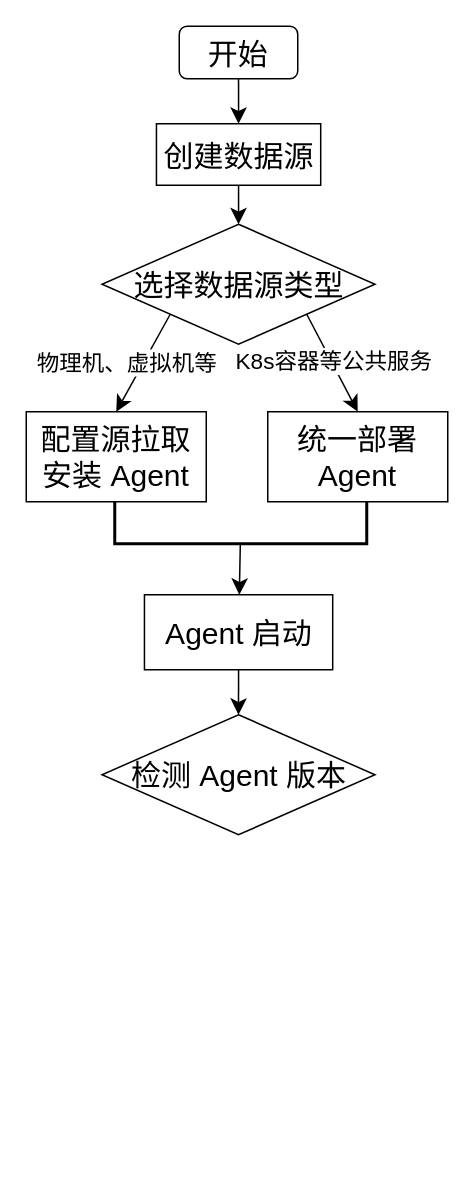
Earlier version of the draw.io diagram file/日志采集.drawio (grant1499/grant1499.github.io). Source tidied: cells renumbered, new cells numbered last; positions are measured from the earlier drawing's top-left corner, leaving out a move shared by most shapes. Both pictures are drawn from the tidied source at 150%, with x=0, y=0 at pixel (26, 26).
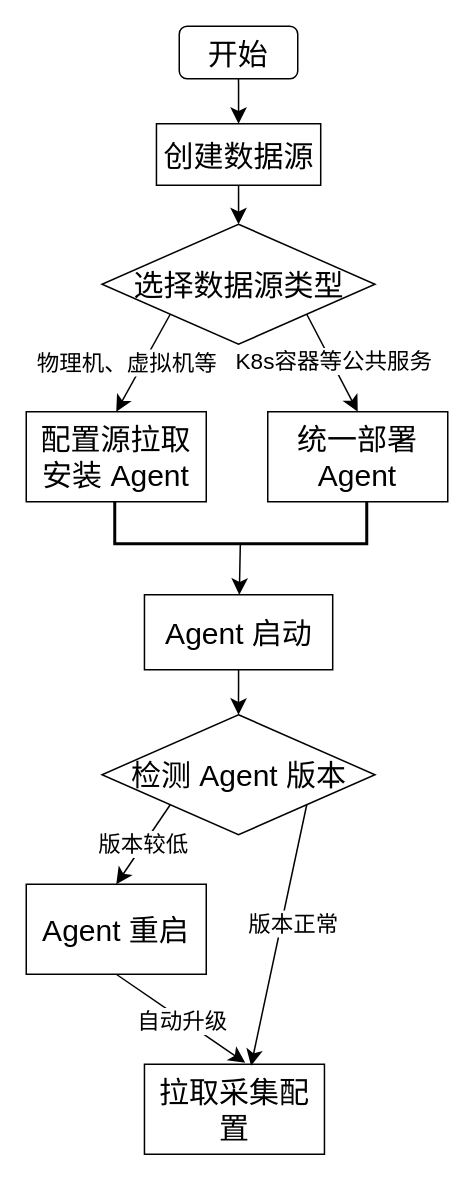
Above is the later version.

Commit message:
已添加 日志采集.drawio -2

Unchanged cells that the change refers to:
```xml
<mxCell id="17" value="&lt;span style=&quot;font-size: 20px;&quot;&gt;检测 Agent 版本&lt;/span&gt;" style="rhombus;whiteSpace=wrap;html=1;" parent="1" vertex="1">
  <mxGeometry x="50.5" y="459" width="182" height="80" as="geometry" />
</mxCell>
```

Change to the diagram source:
```diff
@@
+    <mxCell id="18" value="&lt;font style=&quot;font-size: 15px;&quot;&gt;版本较低&lt;/font&gt;" style="edgeStyle=none;curved=1;rounded=0;jettySize=auto;html=1;exitX=0;exitY=1;exitDx=0;exitDy=0;entryX=0.5;entryY=0;entryDx=0;entryDy=0;fontSize=12;startSize=8;endSize=8;" parent="1" edge="1" source="17" target="21">
+      <mxGeometry relative="1" as="geometry" />
+    </mxCell>
@@
+    <mxCell id="19" style="edgeStyle=none;curved=1;rounded=0;jettySize=auto;html=1;fontSize=12;startSize=8;endSize=8;entryX=0.56;entryY=-0.017;entryDx=0;entryDy=0;entryPerimeter=0;exitX=0.5;exitY=1;exitDx=0;exitDy=0;" parent="1" edge="1" source="21" target="22">
+      <mxGeometry relative="1" as="geometry" />
+    </mxCell>
+    <mxCell id="20" value="&lt;font style=&quot;font-size: 15px;&quot;&gt;自动升级&lt;/font&gt;" style="edgeLabel;html=1;align=center;verticalAlign=middle;fontSize=12;" parent="19" vertex="1">
+      <mxGeometry x="0.01" relative="1" as="geometry">
+        <mxPoint y="1" as="offset" />
+      </mxGeometry>
+    </mxCell>
+    <mxCell id="21" value="&lt;span style=&quot;font-size: 20px;&quot;&gt;Agent 重启&lt;/span&gt;" style="whiteSpace=wrap;html=1;" parent="1" vertex="1">
+      <mxGeometry y="572" width="120" height="60" as="geometry" />
+    </mxCell>
+    <mxCell id="22" value="&lt;span style=&quot;font-size: 20px;&quot;&gt;拉取采集配置&lt;/span&gt;" style="whiteSpace=wrap;html=1;" parent="1" vertex="1">
+      <mxGeometry x="78.8" y="692" width="120" height="60" as="geometry" />
+    </mxCell>
+    <mxCell id="23" style="edgeStyle=none;curved=1;rounded=0;jettySize=auto;html=1;exitX=1;exitY=1;exitDx=0;exitDy=0;entryX=0.592;entryY=0.017;entryDx=0;entryDy=0;entryPerimeter=0;fontSize=12;startSize=8;endSize=8;" parent="1" edge="1" source="17" target="22">
+      <mxGeometry relative="1" as="geometry" />
+    </mxCell>
+    <mxCell id="24" value="&lt;font style=&quot;font-size: 15px;&quot;&gt;版本正常&lt;/font&gt;" style="edgeLabel;html=1;align=center;verticalAlign=middle;fontSize=12;" parent="23" vertex="1">
+      <mxGeometry x="-0.17" y="4" relative="1" as="geometry">
+        <mxPoint x="2" y="5" as="offset" />
+      </mxGeometry>
+    </mxCell>
```
